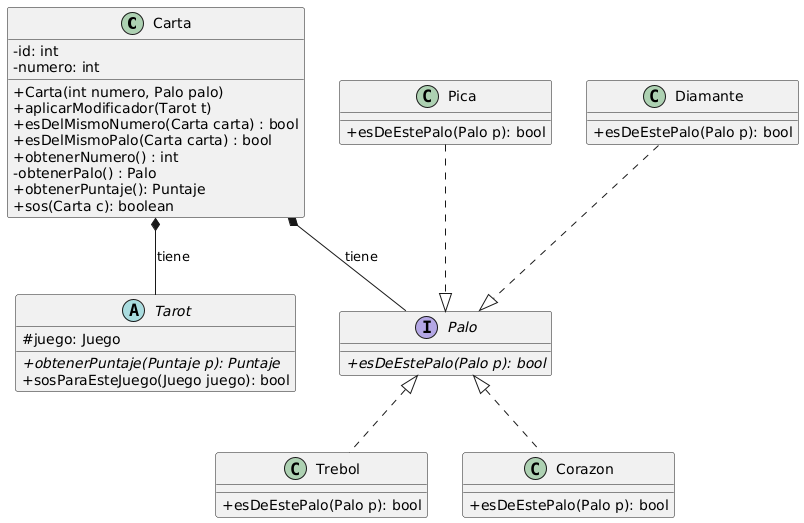
Above: diagrams/classes/Carta.png in facukresta/g06-tp2-2c-2024 (PlantUML), before the change.
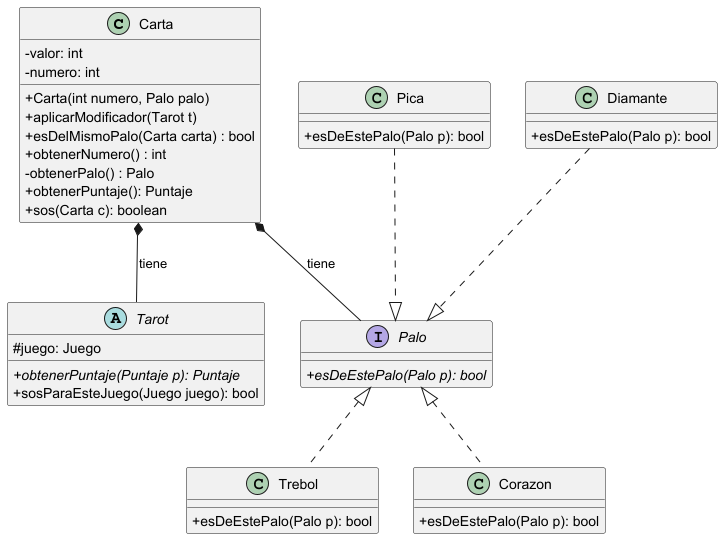
Later version of the same file.

Diff of the diagram source:
```diff
@@ -1,11 +1,10 @@
-@startuml
+@startuml Carta
 skinparam classAttributeIconSize 0
 class Carta {
--id: int
+-valor: int
 -numero: int
 +Carta(int numero, Palo palo)
 +aplicarModificador(Tarot t)
-+esDelMismoNumero(Carta carta) : bool
 +esDelMismoPalo(Carta carta) : bool
 +obtenerNumero() : int
 -obtenerPalo() : Palo
@@ -47,4 +46,5 @@
 Corazon .up.|> Palo
 Diamante .down.|> Palo
 Pica .down.|> Palo
+
 @enduml
```
